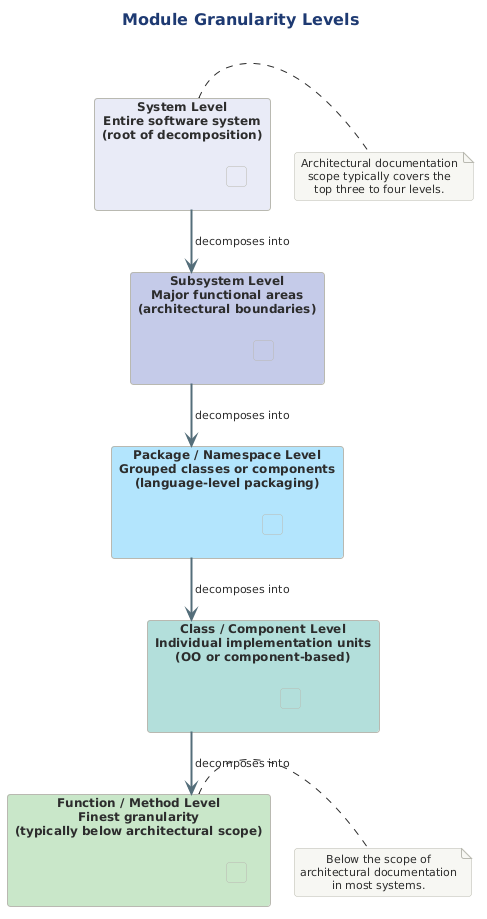
Above: src/architecture/views-and-beyond/style-catalogs/module/decomposition-style/png/02-module-granularity.png in Notoriousjayy/latex-docs (PlantUML), before the change.
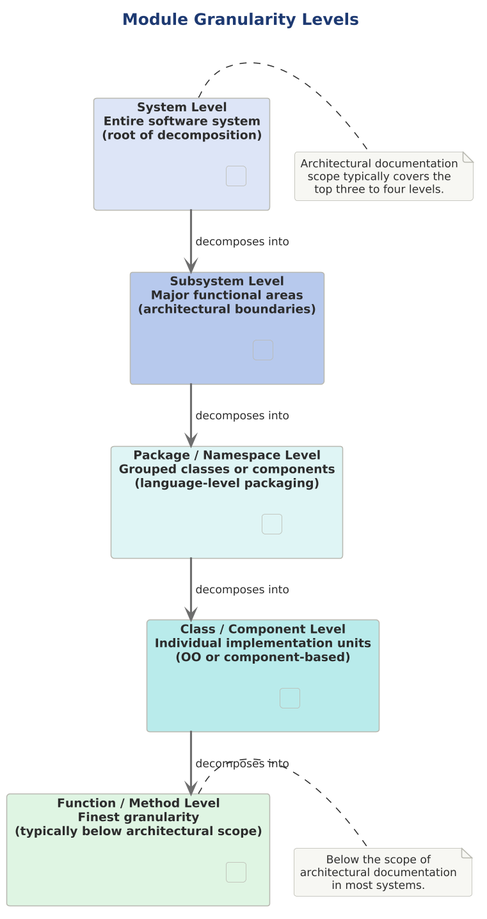
The same file after the commit.

What changed in the source:
```diff
@@ -1,33 +1,37 @@
 @startuml 02-module-granularity
+
+skinparam dpi 150
+
+
+
 !include ../../../../../../tooling/styles/plantuml/structural/component-diagram-style.iuml
-
 
 title Module Granularity Levels
 
-rectangle "**System Level**\nEntire software system\n(root of decomposition)" as sys #E8EAF6 {
-  rectangle "  " as s_spacer #E8EAF6
+rectangle "**System Level**\nEntire software system\n(root of decomposition)" as sys $fill_primary {
+  rectangle "  " as s_spacer $fill_primary
 }
 
-rectangle "**Subsystem Level**\nMajor functional areas\n(architectural boundaries)" as sub #C5CAE9 {
-  rectangle "  " as sub_spacer #C5CAE9
+rectangle "**Subsystem Level**\nMajor functional areas\n(architectural boundaries)" as sub $deep_primary {
+  rectangle "  " as sub_spacer $deep_primary
 }
 
-rectangle "**Package / Namespace Level**\nGrouped classes or components\n(language-level packaging)" as pkg #B3E5FC {
-  rectangle "  " as pkg_spacer #B3E5FC
+rectangle "**Package / Namespace Level**\nGrouped classes or components\n(language-level packaging)" as pkg $fill_dynamic {
+  rectangle "  " as pkg_spacer $fill_dynamic
 }
 
-rectangle "**Class / Component Level**\nIndividual implementation units\n(OO or component-based)" as cls #B2DFDB {
-  rectangle "  " as cls_spacer #B2DFDB
+rectangle "**Class / Component Level**\nIndividual implementation units\n(OO or component-based)" as cls $deep_dynamic {
+  rectangle "  " as cls_spacer $deep_dynamic
 }
 
-rectangle "**Function / Method Level**\nFinest granularity\n(typically below architectural scope)" as fn #C8E6C9 {
-  rectangle "  " as fn_spacer #C8E6C9
+rectangle "**Function / Method Level**\nFinest granularity\n(typically below architectural scope)" as fn $fill_ok {
+  rectangle "  " as fn_spacer $fill_ok
 }
 
-sys -[#546E7A,thickness=2]-> sub : " decomposes into"
-sub -[#546E7A,thickness=2]-> pkg : " decomposes into"
-pkg -[#546E7A,thickness=2]-> cls : " decomposes into"
-cls -[#546E7A,thickness=2]-> fn : " decomposes into"
+sys -[$line_neutral,thickness=2]-> sub : " decomposes into"
+sub -[$line_neutral,thickness=2]-> pkg : " decomposes into"
+pkg -[$line_neutral,thickness=2]-> cls : " decomposes into"
+cls -[$line_neutral,thickness=2]-> fn : " decomposes into"
 
 note right of sys
   Architectural documentation
```
